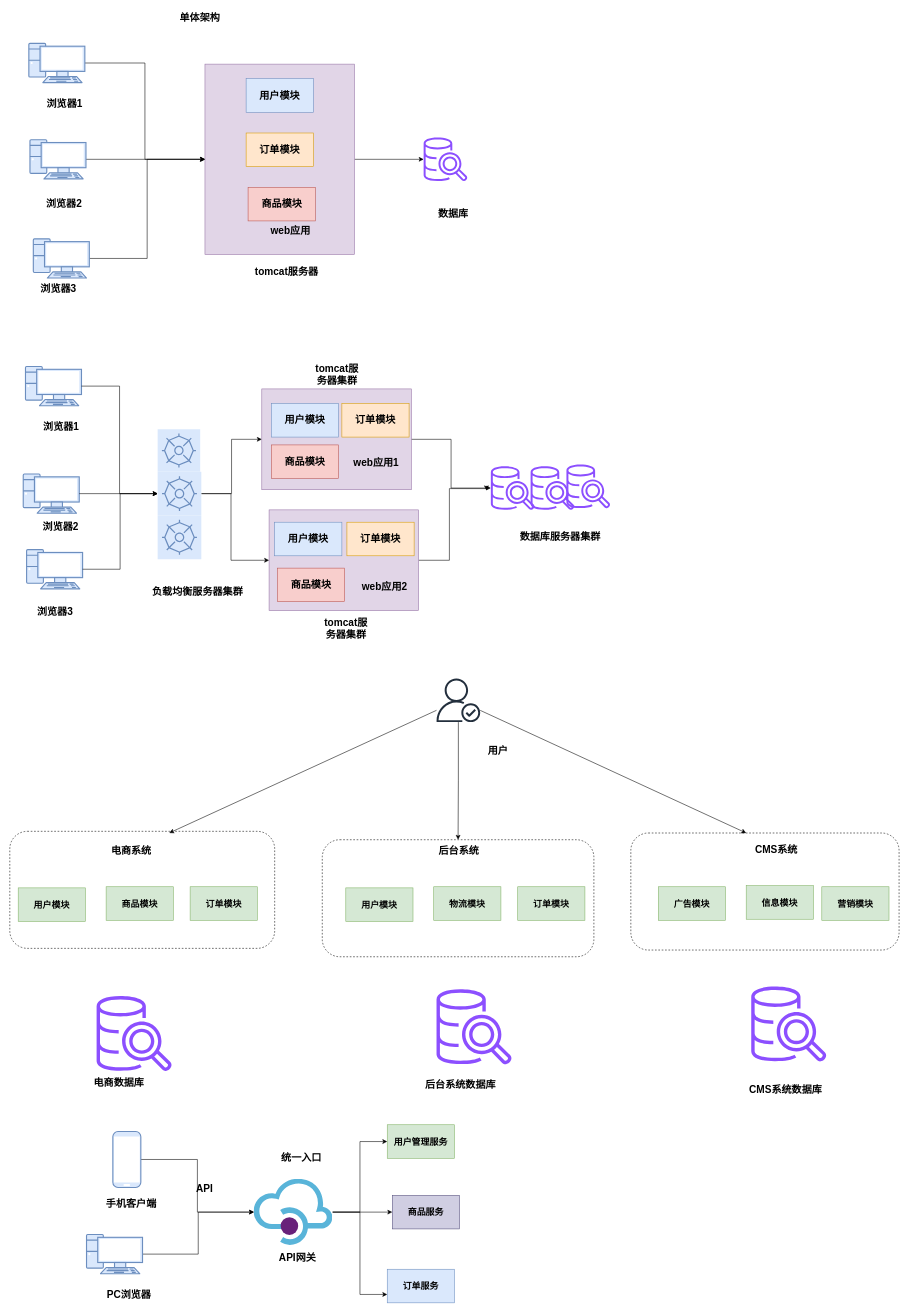
Earlier version of the draw.io diagram page "第 1 页" (1 of 5) of SpringCloud.drawio (pkqzyh/pkqzyh.github.io). Source tidied: cells renumbered, new cells numbered last; positions are measured from the earlier drawing's top-left corner, leaving out a move shared by most shapes. Both pictures are drawn from the tidied source at 56%, with x=0, y=0 at pixel (10, 10).
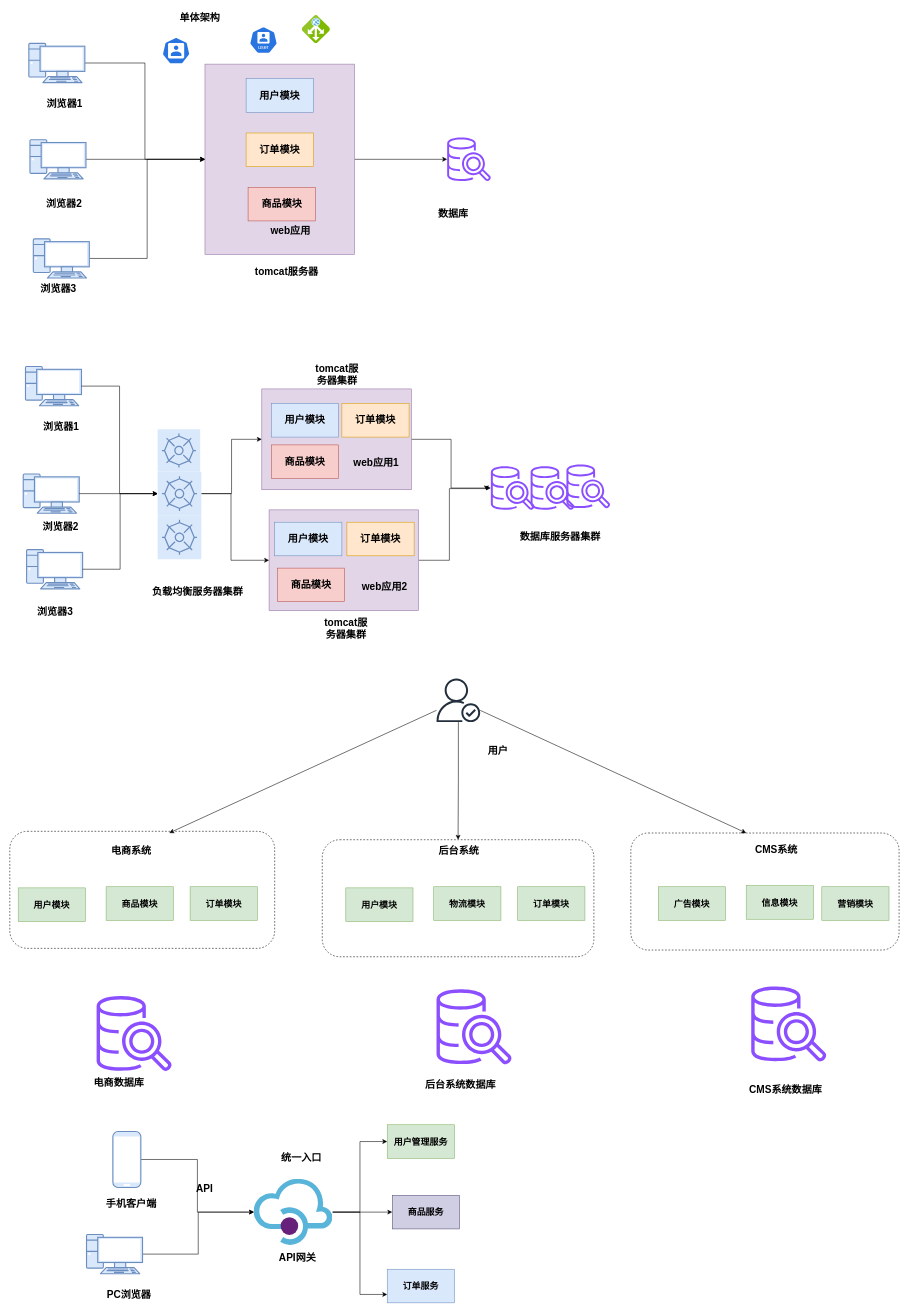
Above is the later version.

The edit, as a diff of the source:
```diff
@@
     <mxCell id="92" style="sketch=0;outlineConnect=0;fontColor=#232F3E;gradientColor=none;fillColor=#8C4FFF;strokeColor=none;dashed=0;verticalLabelPosition=bottom;verticalAlign=top;align=center;html=1;fontSize=18;fontStyle=0;shape=mxgraph.aws4.redshift_query_editor_v20_light;" parent="1" vertex="1">
-      <mxGeometry x="739" y="228" width="78" height="78" as="geometry" />
+      <mxGeometry x="781" y="228" width="78" height="78" as="geometry" />
     </mxCell>
@@
+    <mxCell id="96" style="sketch=0;html=1;dashed=0;whitespace=wrap;verticalLabelPosition=bottom;verticalAlign=top;fillColor=#2875E2;strokeColor=#ffffff;shape=mxgraph.kubernetes.icon2;prIcon=user;" parent="1" vertex="1">
+      <mxGeometry x="272" y="49" width="50" height="48" as="geometry" />
+    </mxCell>
+    <mxCell id="97" style="sketch=0;html=1;dashed=0;whitespace=wrap;verticalLabelPosition=bottom;verticalAlign=top;fillColor=#2875E2;strokeColor=#ffffff;shape=mxgraph.kubernetes.icon2;kubernetesLabel=1;prIcon=user;" parent="1" vertex="1">
+      <mxGeometry x="428" y="30" width="50" height="48" as="geometry" />
+    </mxCell>
+    <mxCell id="98" style="image;sketch=0;html=1;align=center;fontSize=12;image=img/lib/mscae/Application_Gateway.svg;" parent="1" vertex="1">
+      <mxGeometry x="522" y="10" width="50" height="50" as="geometry" />
+    </mxCell>
```
